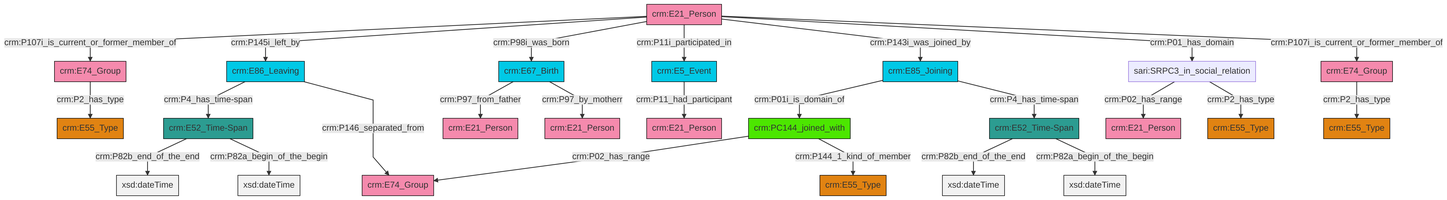
The Mermaid diagram et/personCSV/ttl/mmd/png/Person_Actor_Relations.png in swiss-art-research-net/reference-data-models, before a commit. Its source is kept beside it as et/personCSV/ttl/mmd/Person_Actor_Relations.ttl.mmd.
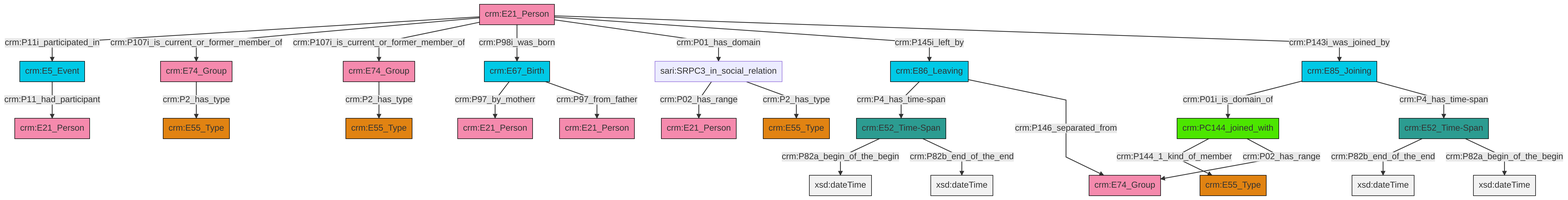
The same diagram one commit later.

Diff of the diagram source:
```diff
@@ -13,27 +13,27 @@
 classDef PC_Classes fill:#4ce600, stroke:#000000;
 classDef Multi fill:#cccccc,stroke:#000000;
 
-2["crm:E74_Group"]:::Actor -->|crm:P2_has_type| 3["crm:E55_Type"]:::Type
-4["crm:E86_Leaving"]:::Temporal_Entity -->|crm:P4_has_time-span| 5["crm:E52_Time-Span"]:::Time-Span
-6["crm:E85_Joining"]:::Temporal_Entity -->|crm:P01i_is_domain_of| 7["crm:PC144_joined_with"]:::PC_Classes
-9["crm:E52_Time-Span"]:::Time-Span -->|crm:P82b_end_of_the_end| 10[xsd:dateTime]:::Literal
-5["crm:E52_Time-Span"]:::Time-Span -->|crm:P82b_end_of_the_end| 11[xsd:dateTime]:::Literal
-6["crm:E85_Joining"]:::Temporal_Entity -->|crm:P4_has_time-span| 9["crm:E52_Time-Span"]:::Time-Span
-18["crm:E5_Event"]:::Temporal_Entity -->|crm:P11_had_participant| 14["crm:E21_Person"]:::Actor
-19["sari:SRPC3_in_social_relation"]:::Default -->|crm:P02_has_range| 20["crm:E21_Person"]:::Actor
-7["crm:PC144_joined_with"]:::PC_Classes -->|crm:P02_has_range| 0["crm:E74_Group"]:::Actor
-9["crm:E52_Time-Span"]:::Time-Span -->|crm:P82a_begin_of_the_begin| 22[xsd:dateTime]:::Literal
-5["crm:E52_Time-Span"]:::Time-Span -->|crm:P82a_begin_of_the_begin| 23[xsd:dateTime]:::Literal
-28["crm:E21_Person"]:::Actor -->|crm:P107i_is_current_or_former_member_of| 2["crm:E74_Group"]:::Actor
-28["crm:E21_Person"]:::Actor -->|crm:P145i_left_by| 4["crm:E86_Leaving"]:::Temporal_Entity
-28["crm:E21_Person"]:::Actor -->|crm:P98i_was_born| 16["crm:E67_Birth"]:::Temporal_Entity
-28["crm:E21_Person"]:::Actor -->|crm:P11i_participated_in| 18["crm:E5_Event"]:::Temporal_Entity
-16["crm:E67_Birth"]:::Temporal_Entity -->|crm:P97_from_father| 31["crm:E21_Person"]:::Actor
-7["crm:PC144_joined_with"]:::PC_Classes -->|crm:P144_1_kind_of_member| 34["crm:E55_Type"]:::Type
-19["sari:SRPC3_in_social_relation"]:::Default -->|crm:P2_has_type| 24["crm:E55_Type"]:::Type
-28["crm:E21_Person"]:::Actor -->|crm:P143i_was_joined_by| 6["crm:E85_Joining"]:::Temporal_Entity
-28["crm:E21_Person"]:::Actor -->|crm:P01_has_domain| 19["sari:SRPC3_in_social_relation"]:::Default
-16["crm:E67_Birth"]:::Temporal_Entity -->|crm:P97_by_motherr| 35["crm:E21_Person"]:::Actor
-42["crm:E74_Group"]:::Actor -->|crm:P2_has_type| 12["crm:E55_Type"]:::Type
-28["crm:E21_Person"]:::Actor -->|crm:P107i_is_current_or_former_member_of| 42["crm:E74_Group"]:::Actor
-4["crm:E86_Leaving"]:::Temporal_Entity -->|crm:P146_separated_from| 0["crm:E74_Group"]:::Actor
+4["crm:E21_Person"]:::Actor -->|crm:P11i_participated_in| 6["crm:E5_Event"]:::Temporal_Entity
+2["sari:SRPC3_in_social_relation"]:::Default -->|crm:P02_has_range| 7["crm:E21_Person"]:::Actor
+4["crm:E21_Person"]:::Actor -->|crm:P107i_is_current_or_former_member_of| 10["crm:E74_Group"]:::Actor
+4["crm:E21_Person"]:::Actor -->|crm:P107i_is_current_or_former_member_of| 17["crm:E74_Group"]:::Actor
+4["crm:E21_Person"]:::Actor -->|crm:P98i_was_born| 18["crm:E67_Birth"]:::Temporal_Entity
+4["crm:E21_Person"]:::Actor -->|crm:P01_has_domain| 2["sari:SRPC3_in_social_relation"]:::Default
+18["crm:E67_Birth"]:::Temporal_Entity -->|crm:P97_by_motherr| 8["crm:E21_Person"]:::Actor
+2["sari:SRPC3_in_social_relation"]:::Default -->|crm:P2_has_type| 22["crm:E55_Type"]:::Type
+4["crm:E21_Person"]:::Actor -->|crm:P145i_left_by| 0["crm:E86_Leaving"]:::Temporal_Entity
+26["crm:E52_Time-Span"]:::Time-Span -->|crm:P82a_begin_of_the_begin| 27[xsd:dateTime]:::Literal
+18["crm:E67_Birth"]:::Temporal_Entity -->|crm:P97_from_father| 28["crm:E21_Person"]:::Actor
+29["crm:PC144_joined_with"]:::PC_Classes -->|crm:P144_1_kind_of_member| 23["crm:E55_Type"]:::Type
+12["crm:E85_Joining"]:::Temporal_Entity -->|crm:P01i_is_domain_of| 29["crm:PC144_joined_with"]:::PC_Classes
+12["crm:E85_Joining"]:::Temporal_Entity -->|crm:P4_has_time-span| 31["crm:E52_Time-Span"]:::Time-Span
+0["crm:E86_Leaving"]:::Temporal_Entity -->|crm:P4_has_time-span| 26["crm:E52_Time-Span"]:::Time-Span
+4["crm:E21_Person"]:::Actor -->|crm:P143i_was_joined_by| 12["crm:E85_Joining"]:::Temporal_Entity
+31["crm:E52_Time-Span"]:::Time-Span -->|crm:P82b_end_of_the_end| 36[xsd:dateTime]:::Literal
+0["crm:E86_Leaving"]:::Temporal_Entity -->|crm:P146_separated_from| 19["crm:E74_Group"]:::Actor
+10["crm:E74_Group"]:::Actor -->|crm:P2_has_type| 37["crm:E55_Type"]:::Type
+29["crm:PC144_joined_with"]:::PC_Classes -->|crm:P02_has_range| 19["crm:E74_Group"]:::Actor
+26["crm:E52_Time-Span"]:::Time-Span -->|crm:P82b_end_of_the_end| 42[xsd:dateTime]:::Literal
+31["crm:E52_Time-Span"]:::Time-Span -->|crm:P82a_begin_of_the_begin| 44[xsd:dateTime]:::Literal
+17["crm:E74_Group"]:::Actor -->|crm:P2_has_type| 15["crm:E55_Type"]:::Type
+6["crm:E5_Event"]:::Temporal_Entity -->|crm:P11_had_participant| 45["crm:E21_Person"]:::Actor
```
